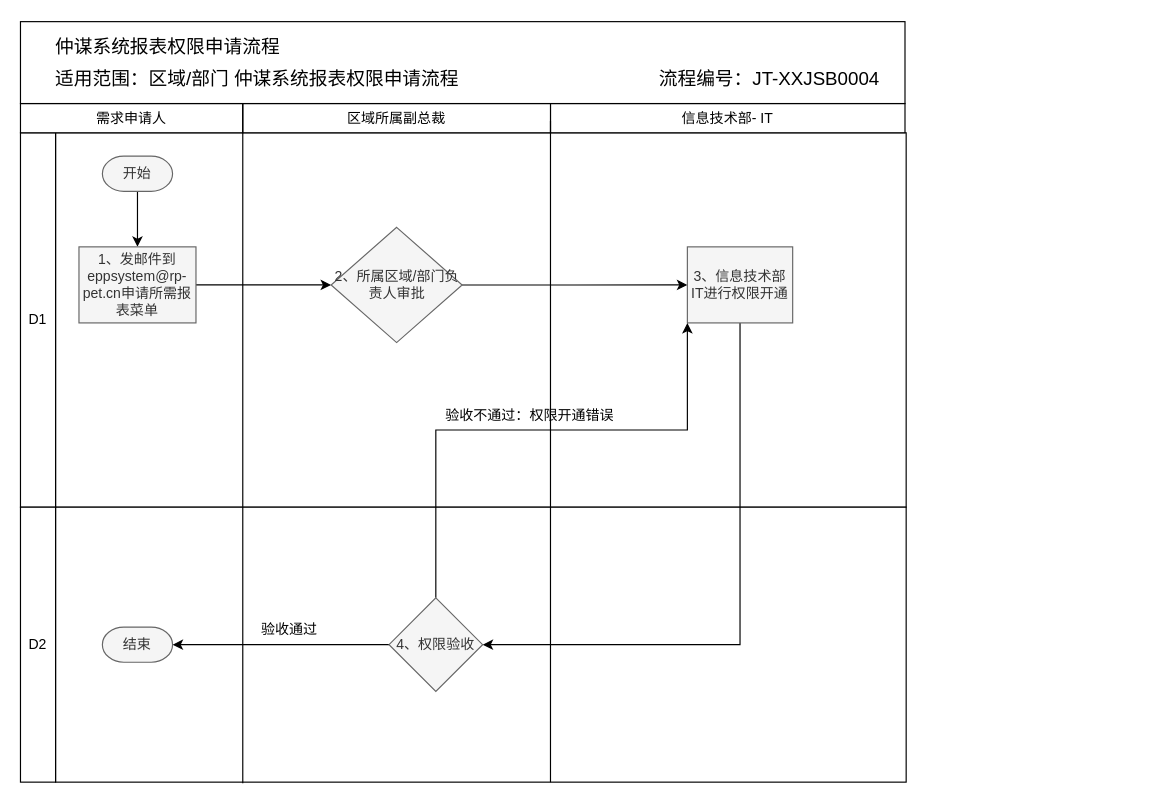
Earlier version of the draw.io diagram page "仲谋系统报表权限申请流程" (4 of 4) of pet_data_warehouse/内控流程.drawio (fangzheng0518/draw). Source tidied: cells renumbered, new cells numbered last; positions are measured from the earlier drawing's top-left corner, leaving out a move shared by most shapes. Both pictures are drawn from the tidied source at 117%, with x=0, y=0 at pixel (20, 21).
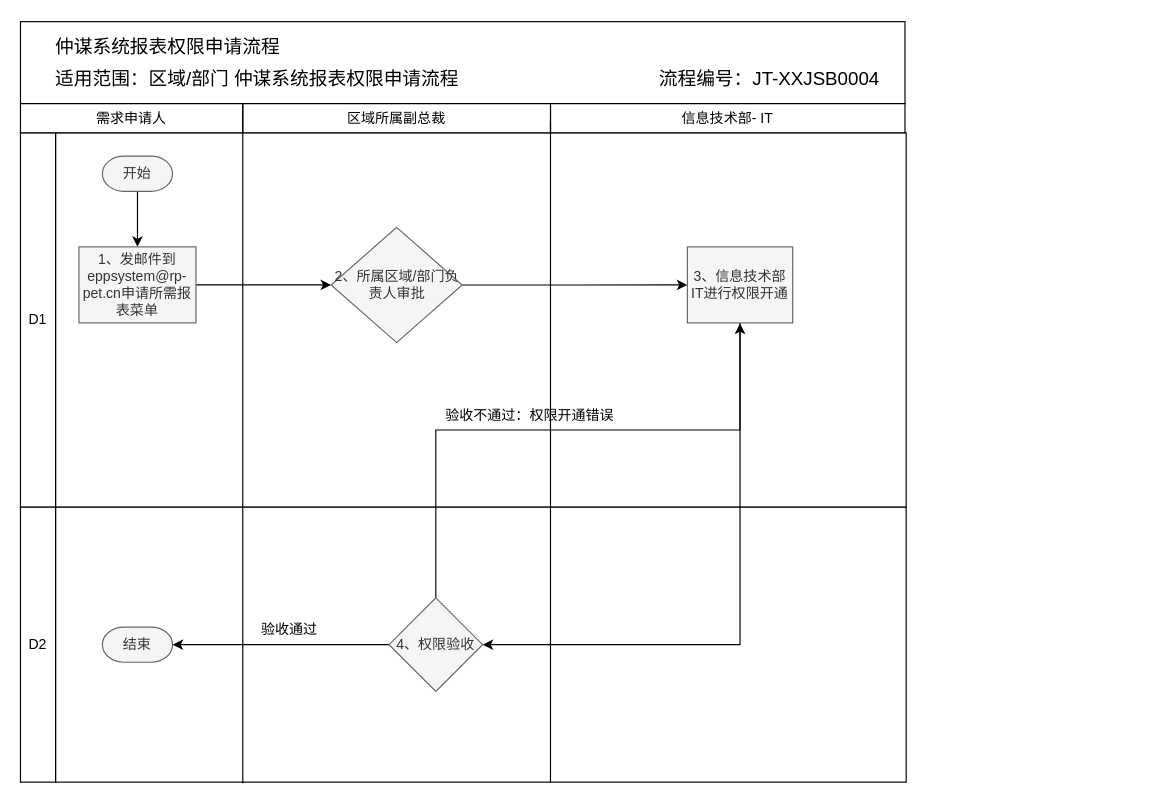
Above is the later version.

The change refers to these unchanged cells:
```xml
<mxCell id="18" value="3、信息技术部IT进行权限开通" style="rounded=0;whiteSpace=wrap;html=1;strokeColor=#666666;strokeWidth=1;fillColor=#f5f5f5;fontColor=#333333;" parent="1" vertex="1">
  <mxGeometry x="570" y="192.5" width="90" height="65" as="geometry" />
</mxCell>
<mxCell id="28" value="4、权限验收" style="rhombus;whiteSpace=wrap;html=1;strokeColor=#666666;strokeWidth=1;fillColor=#f5f5f5;fontColor=#333333;" parent="1" vertex="1">
  <mxGeometry x="315" y="492.5" width="80" height="80" as="geometry" />
</mxCell>
```

Change to the diagram source:
```diff
@@
-    <mxCell id="27" style="edgeStyle=orthogonalEdgeStyle;rounded=0;jettySize=auto;html=1;entryX=0;entryY=1;entryDx=0;entryDy=0;" parent="1" edge="1" source="28" target="18">
+    <mxCell id="27" style="edgeStyle=orthogonalEdgeStyle;rounded=0;jettySize=auto;html=1;" parent="1" edge="1" source="28">
       <mxGeometry relative="1" as="geometry">
+        <mxPoint x="615" y="258" as="targetPoint" />
         <Array as="points">
           <mxPoint x="355" y="349" />
-          <mxPoint x="570" y="349" />
+          <mxPoint x="615" y="349" />
         </Array>
       </mxGeometry>
     </mxCell>
```
